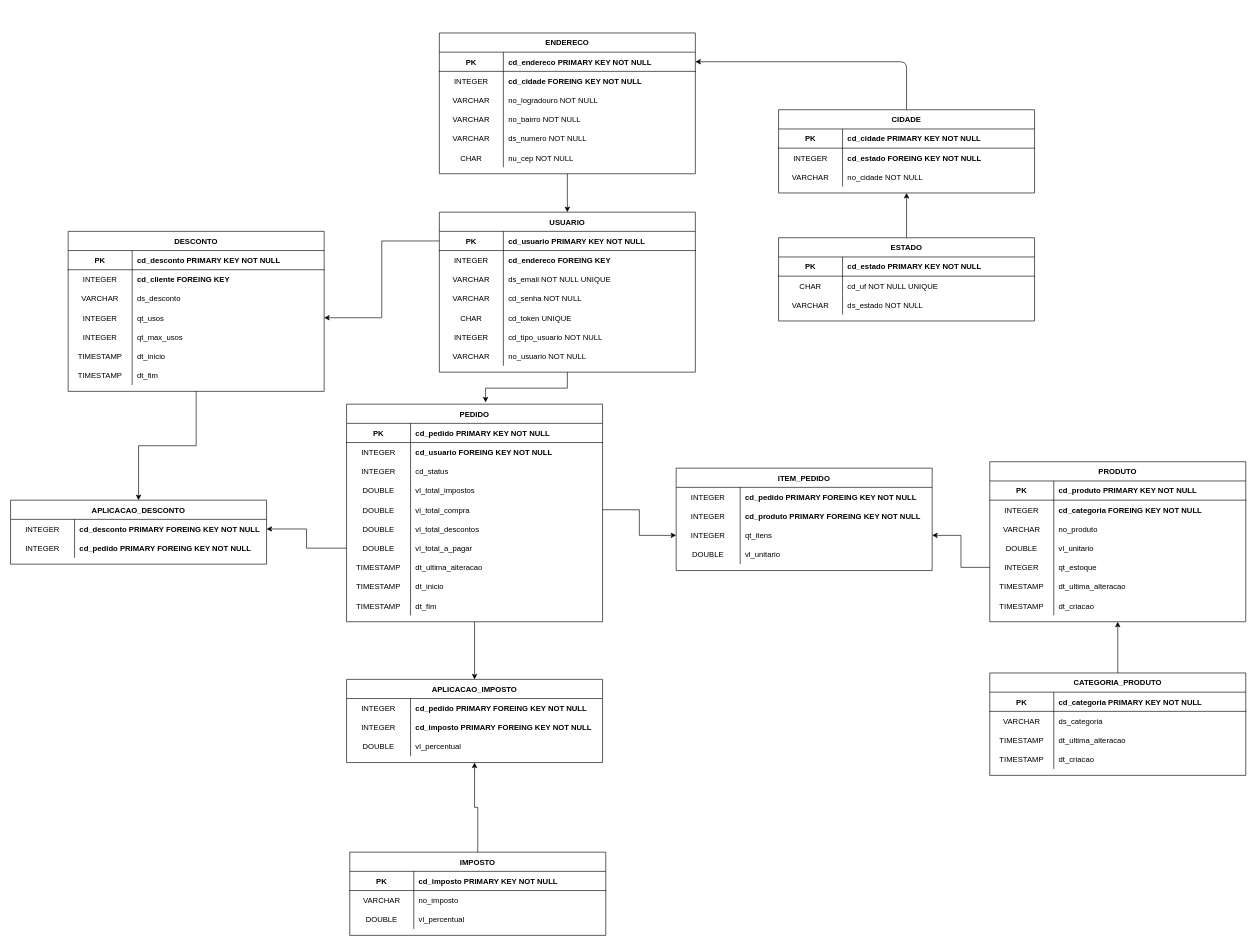
Before: modeling/modeling.drawio in UFESDelivery/api_python, a draw.io diagram. Source tidied: cells renumbered, new cells numbered last; positions are measured from the earlier drawing's top-left corner, leaving out a move shared by most shapes. Both pictures are drawn from the tidied source at 64%, with x=0, y=0 at pixel (10, 33).
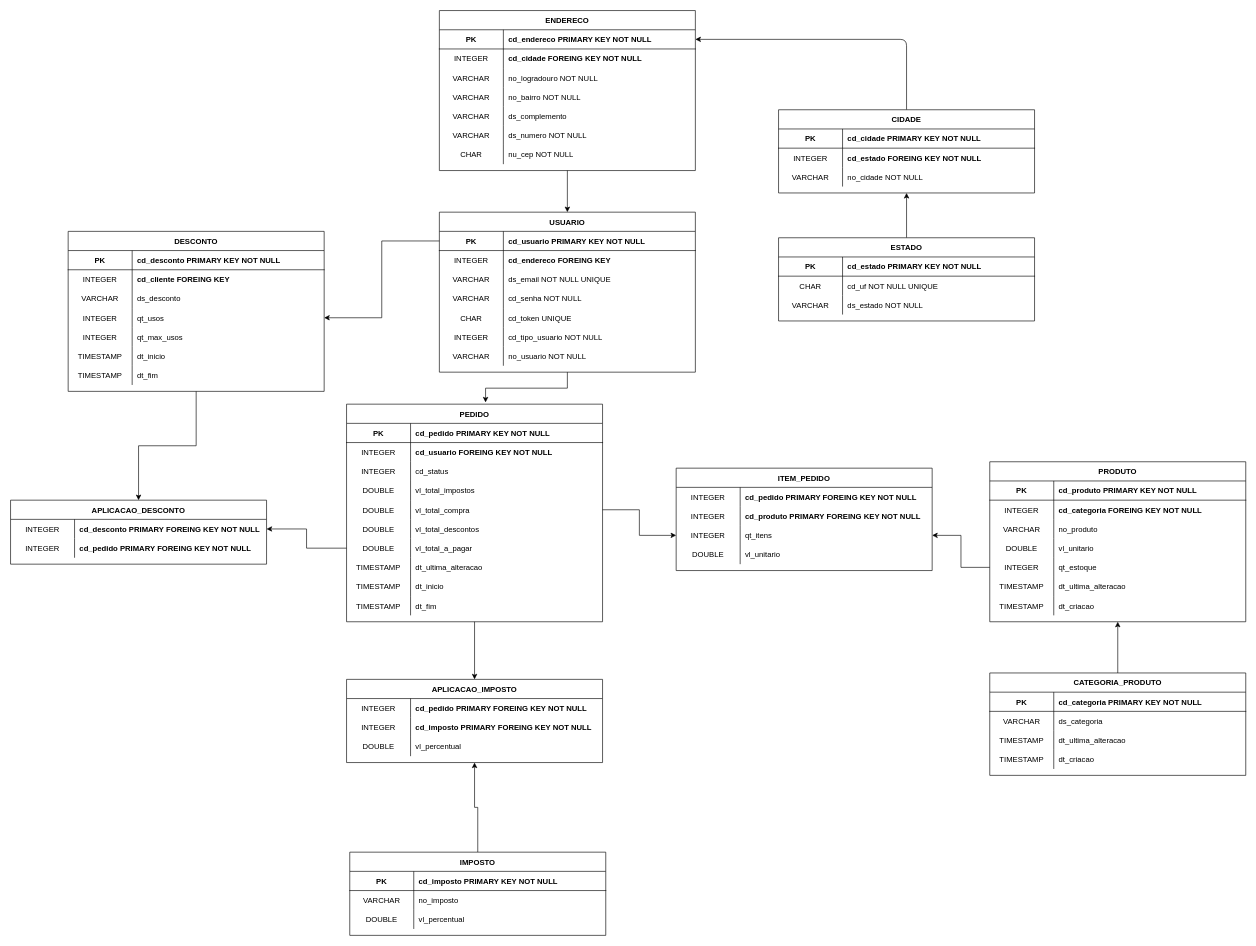
The same page after the edit.

Commit message:
adicionando complemento no endereço

The change refers to these unchanged cells:
```xml
<mxCell id="161" style="shape=partialRectangle;fillColor=none;top=0;left=0;right=0;bottom=0;" parent="148" vertex="1">
  <mxGeometry y="150" width="400" height="30" as="geometry" />
</mxCell>
```

Change to the diagram source:
```diff
@@
     <mxCell id="148" value="ENDERECO" style="shape=table;startSize=30;childLayout=tableLayout;rowLines=0;fontStyle=1;align=center;" parent="1" vertex="1">
-      <mxGeometry x="670" width="400" height="220" as="geometry" />
+      <mxGeometry x="670" y="-35" width="400" height="250" as="geometry" />
     </mxCell>
@@
-    <mxCell id="163" value="ds_numero NOT NULL" style="shape=partialRectangle;overflow=hidden;fillColor=none;top=0;left=0;bottom=0;right=0;align=left;spacingLeft=6;" parent="161" vertex="1">
+    <mxCell id="163" value="ds_complemento" style="shape=partialRectangle;overflow=hidden;fillColor=none;top=0;left=0;bottom=0;right=0;align=left;spacingLeft=6;" parent="161" vertex="1">
       <mxGeometry x="100" width="300" height="30" as="geometry" />
     </mxCell>
+    <mxCell id="203" style="shape=partialRectangle;fillColor=none;top=0;left=0;right=0;bottom=0;" parent="148" vertex="1">
+      <mxGeometry y="180" width="400" height="30" as="geometry" />
+    </mxCell>
+    <mxCell id="204" value="VARCHAR" style="shape=partialRectangle;overflow=hidden;fillColor=none;top=0;left=0;bottom=0;right=0;" parent="203" vertex="1">
+      <mxGeometry width="100" height="30" as="geometry" />
+    </mxCell>
+    <mxCell id="205" value="ds_numero NOT NULL" style="shape=partialRectangle;overflow=hidden;fillColor=none;top=0;left=0;bottom=0;right=0;align=left;spacingLeft=6;" parent="203" vertex="1">
+      <mxGeometry x="100" width="300" height="30" as="geometry" />
+    </mxCell>
     <mxCell id="164" style="shape=partialRectangle;fillColor=none;top=0;left=0;right=0;bottom=0;" parent="148" vertex="1">
-      <mxGeometry y="180" width="400" height="30" as="geometry" />
+      <mxGeometry y="210" width="400" height="30" as="geometry" />
     </mxCell>
```
